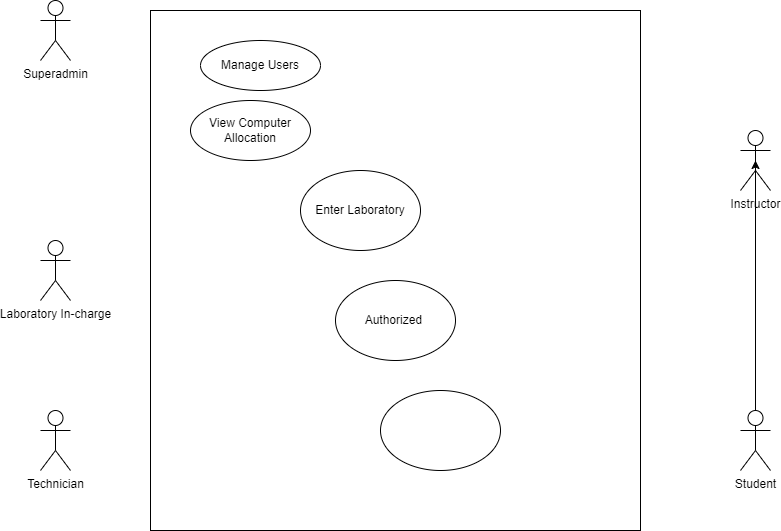
kaisunoo/Acads keeps this draw.io diagram as Use_Case_Diagram_Marimo.drawio.png. Above is the earlier version. Source tidied: cells renumbered, new cells last; positions are measured from the earlier drawing's top-left corner, leaving out a move shared by most shapes.
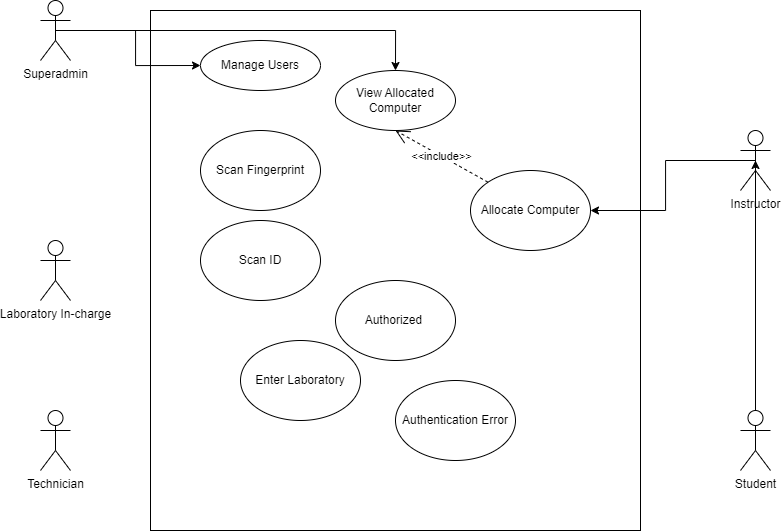
Above is the later version.

What changed in the source:
```diff
@@ -5,12 +5,21 @@
     <mxCell id="2" style="whiteSpace=wrap;html=1;" parent="1" vertex="1">
       <mxGeometry x="110" y="10" width="490" height="520" as="geometry" />
     </mxCell>
+    <mxCell id="14" style="edgeStyle=orthogonalEdgeStyle;rounded=0;jettySize=auto;html=1;exitX=0.5;exitY=0.5;exitDx=0;exitDy=0;exitPerimeter=0;entryX=0;entryY=0.5;entryDx=0;entryDy=0;" parent="1" edge="1" source="3" target="7">
+      <mxGeometry relative="1" as="geometry" />
+    </mxCell>
+    <mxCell id="15" style="edgeStyle=orthogonalEdgeStyle;rounded=0;jettySize=auto;html=1;exitX=0.5;exitY=0.5;exitDx=0;exitDy=0;exitPerimeter=0;" parent="1" edge="1" source="3" target="9">
+      <mxGeometry relative="1" as="geometry" />
+    </mxCell>
     <mxCell id="3" value="Superadmin" style="shape=umlActor;verticalLabelPosition=bottom;verticalAlign=top;html=1;outlineConnect=0;" parent="1" vertex="1">
       <mxGeometry width="30" height="60" as="geometry" />
     </mxCell>
     <mxCell id="4" value="Laboratory In-charge" style="shape=umlActor;verticalLabelPosition=bottom;verticalAlign=top;html=1;" parent="1" vertex="1">
       <mxGeometry y="240" width="30" height="60" as="geometry" />
     </mxCell>
+    <mxCell id="16" style="edgeStyle=orthogonalEdgeStyle;rounded=0;jettySize=auto;html=1;exitX=0.5;exitY=0.5;exitDx=0;exitDy=0;exitPerimeter=0;entryX=1;entryY=0.5;entryDx=0;entryDy=0;" parent="1" edge="1" source="5" target="13">
+      <mxGeometry relative="1" as="geometry" />
+    </mxCell>
     <mxCell id="5" value="Instructor" style="shape=umlActor;verticalLabelPosition=bottom;verticalAlign=top;html=1;outlineConnect=0;" parent="1" vertex="1">
       <mxGeometry x="700" y="130" width="30" height="60" as="geometry" />
     </mxCell>
@@ -23,11 +32,11 @@
     <mxCell id="8" value="Authorized&amp;nbsp;" style="ellipse;whiteSpace=wrap;html=1;" parent="1" vertex="1">
       <mxGeometry x="295" y="280" width="120" height="80" as="geometry" />
     </mxCell>
-    <mxCell id="9" value="View Computer Allocation" style="ellipse;whiteSpace=wrap;html=1;" parent="1" vertex="1">
-      <mxGeometry x="150" y="100" width="120" height="60" as="geometry" />
+    <mxCell id="9" value="View Allocated Computer" style="ellipse;whiteSpace=wrap;html=1;" parent="1" vertex="1">
+      <mxGeometry x="295" y="70" width="120" height="60" as="geometry" />
     </mxCell>
     <mxCell id="10" value="Enter Laboratory" style="ellipse;whiteSpace=wrap;html=1;" parent="1" vertex="1">
-      <mxGeometry x="260" y="170" width="120" height="80" as="geometry" />
+      <mxGeometry x="200" y="340" width="120" height="80" as="geometry" />
     </mxCell>
     <mxCell id="11" value="Technician" style="shape=umlActor;verticalLabelPosition=bottom;verticalAlign=top;html=1;" parent="1" vertex="1">
       <mxGeometry y="410" width="30" height="60" as="geometry" />
@@ -35,8 +44,20 @@
     <mxCell id="12" style="edgeStyle=orthogonalEdgeStyle;rounded=0;jettySize=auto;html=1;exitX=0.5;exitY=0;exitDx=0;exitDy=0;exitPerimeter=0;entryX=0.5;entryY=0.5;entryDx=0;entryDy=0;entryPerimeter=0;" parent="1" edge="1" source="6" target="5">
       <mxGeometry relative="1" as="geometry" />
     </mxCell>
-    <mxCell id="13" style="ellipse;whiteSpace=wrap;html=1;" parent="1" vertex="1">
-      <mxGeometry x="340" y="390" width="120" height="80" as="geometry" />
+    <mxCell id="13" value="Allocate Computer" style="ellipse;whiteSpace=wrap;html=1;" parent="1" vertex="1">
+      <mxGeometry x="430" y="170" width="120" height="80" as="geometry" />
     </mxCell>
+    <mxCell id="17" value="&amp;lt;&amp;lt;include&amp;gt;&amp;gt;" style="endArrow=open;endSize=12;dashed=1;html=1;rounded=0;exitX=0;exitY=0;exitDx=0;exitDy=0;entryX=0.5;entryY=1;entryDx=0;entryDy=0;" parent="1" edge="1" source="13" target="9">
+      <mxGeometry relative="1" as="geometry" />
+    </mxCell>
+    <mxCell id="18" value="Authentication Error" style="ellipse;whiteSpace=wrap;html=1;" parent="1" vertex="1">
+      <mxGeometry x="355" y="380" width="120" height="80" as="geometry" />
+    </mxCell>
+    <mxCell id="19" value="Scan Fingerprint" style="ellipse;whiteSpace=wrap;html=1;" parent="1" vertex="1">
+      <mxGeometry x="160" y="130" width="120" height="80" as="geometry" />
+    </mxCell>
+    <mxCell id="20" value="Scan ID" style="ellipse;whiteSpace=wrap;html=1;" parent="1" vertex="1">
+      <mxGeometry x="160" y="220" width="120" height="80" as="geometry" />
+    </mxCell>
   </root>
 </mxGraphModel>
```
